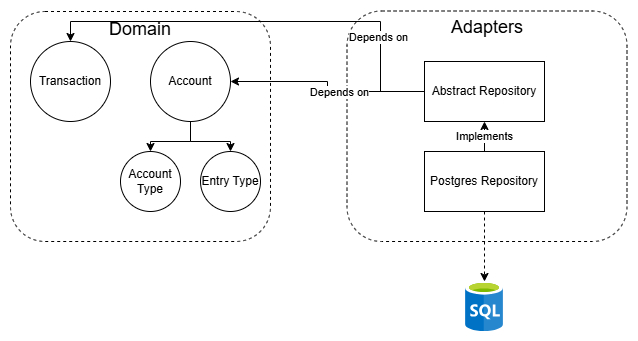
Above: docs/images/adapters_diagram.png in antjes88/accounting-ingest-webapp (draw.io), before the change. Source tidied: cells renumbered, new cells last; positions are measured from the earlier drawing's top-left corner, leaving out a move shared by most shapes.
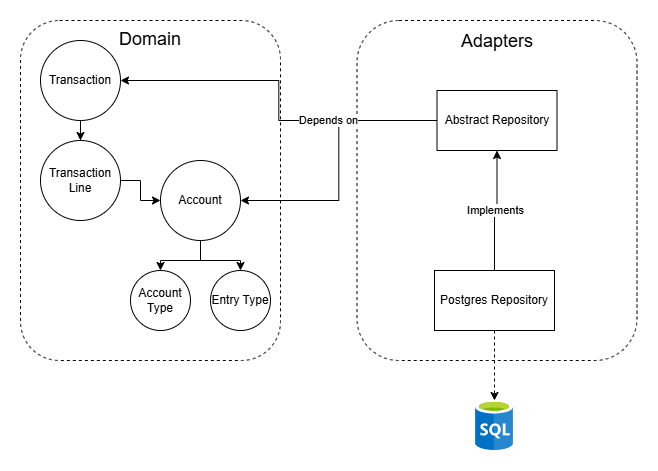
The same diagram one commit later.

The edit, as a diff of the source:
```diff
@@ -2,11 +2,11 @@
   <root>
     <mxCell id="0" />
     <mxCell id="1" parent="0" />
-    <mxCell id="2" value="&lt;font style=&quot;&quot;&gt;&lt;span style=&quot;font-size: 18px;&quot;&gt;Adapters&lt;/span&gt;&lt;br&gt;&lt;span style=&quot;font-size: 14px;&quot;&gt;&lt;br&gt;&lt;br&gt;&lt;br&gt;&lt;br&gt;&lt;/span&gt;&lt;br&gt;&lt;br&gt;&lt;br&gt;&lt;br&gt;&lt;br&gt;&lt;br&gt;&lt;br&gt;&lt;br&gt;&lt;br&gt;&lt;/font&gt;" style="rounded=1;whiteSpace=wrap;html=1;fillColor=none;shadow=0;dashed=1;" parent="1" vertex="1">
-      <mxGeometry x="336.5" y="-0.5" width="280" height="230.5" as="geometry" />
+    <mxCell id="2" value="&lt;font style=&quot;&quot;&gt;&lt;span style=&quot;font-size: 18px;&quot;&gt;Adapters&lt;/span&gt;&lt;br&gt;&lt;span style=&quot;font-size: 14px;&quot;&gt;&lt;br&gt;&lt;br&gt;&lt;br&gt;&lt;br&gt;&lt;br&gt;&lt;br&gt;&lt;br&gt;&lt;br&gt;&lt;br&gt;&lt;br&gt;&lt;/span&gt;&lt;br&gt;&lt;br&gt;&lt;br&gt;&lt;br&gt;&lt;br&gt;&lt;br&gt;&lt;br&gt;&lt;br&gt;&lt;br&gt;&lt;/font&gt;" style="rounded=1;whiteSpace=wrap;html=1;fillColor=none;shadow=0;dashed=1;" parent="1" vertex="1">
+      <mxGeometry x="336.5" y="-110" width="280" height="340" as="geometry" />
     </mxCell>
-    <mxCell id="3" value="&lt;font style=&quot;font-size: 18px;&quot;&gt;Domain&lt;br&gt;&lt;br&gt;&lt;br&gt;&lt;br&gt;&lt;br&gt;&lt;br&gt;&lt;br&gt;&lt;br&gt;&lt;br&gt;&lt;br&gt;&lt;/font&gt;" style="rounded=1;whiteSpace=wrap;html=1;fillColor=none;shadow=0;dashed=1;" parent="1" vertex="1">
-      <mxGeometry width="260" height="230" as="geometry" />
+    <mxCell id="3" value="&lt;font style=&quot;font-size: 18px;&quot;&gt;Domain&lt;br&gt;&lt;br&gt;&lt;br&gt;&lt;br&gt;&lt;br&gt;&lt;br&gt;&lt;br&gt;&lt;br&gt;&lt;br&gt;&lt;br&gt;&lt;br&gt;&lt;br&gt;&lt;br&gt;&lt;br&gt;&lt;br&gt;&lt;/font&gt;" style="rounded=1;whiteSpace=wrap;html=1;fillColor=none;shadow=0;dashed=1;" parent="1" vertex="1">
+      <mxGeometry y="-110" width="260" height="340" as="geometry" />
     </mxCell>
     <mxCell id="4" style="edgeStyle=orthogonalEdgeStyle;rounded=0;jettySize=auto;html=1;exitX=0.5;exitY=1;exitDx=0;exitDy=0;entryX=0.5;entryY=0;entryDx=0;entryDy=0;" parent="1" edge="1" source="6" target="7">
       <mxGeometry relative="1" as="geometry" />
@@ -23,29 +23,23 @@
     <mxCell id="8" value="Entry Type" style="ellipse;whiteSpace=wrap;html=1;" parent="1" vertex="1">
       <mxGeometry x="190" y="140" width="60" height="60" as="geometry" />
     </mxCell>
+    <mxCell id="19" style="edgeStyle=orthogonalEdgeStyle;rounded=0;jettySize=auto;html=1;exitX=0.5;exitY=1;exitDx=0;exitDy=0;" parent="1" edge="1" source="9" target="22">
+      <mxGeometry relative="1" as="geometry" />
+    </mxCell>
     <mxCell id="9" value="Transaction" style="ellipse;whiteSpace=wrap;html=1;" parent="1" vertex="1">
-      <mxGeometry x="20" y="30" width="80" height="80" as="geometry" />
+      <mxGeometry x="20" y="-90" width="80" height="80" as="geometry" />
     </mxCell>
     <mxCell id="10" style="edgeStyle=orthogonalEdgeStyle;rounded=0;jettySize=auto;html=1;exitX=0;exitY=0.5;exitDx=0;exitDy=0;entryX=1;entryY=0.5;entryDx=0;entryDy=0;" parent="1" edge="1" source="14" target="6">
       <mxGeometry relative="1" as="geometry" />
     </mxCell>
-    <mxCell id="11" value="Depends on" style="edgeLabel;html=1;align=center;verticalAlign=middle;" parent="10" vertex="1">
-      <mxGeometry x="-0.16" relative="1" as="geometry" />
-    </mxCell>
-    <mxCell id="12" style="edgeStyle=orthogonalEdgeStyle;rounded=0;jettySize=auto;html=1;exitX=0;exitY=0.5;exitDx=0;exitDy=0;entryX=0.5;entryY=0;entryDx=0;entryDy=0;" parent="1" edge="1" source="14" target="9">
-      <mxGeometry relative="1" as="geometry">
-        <Array as="points">
-          <mxPoint x="370" y="80" />
-          <mxPoint x="370" y="10" />
-          <mxPoint x="60" y="10" />
-        </Array>
-      </mxGeometry>
+    <mxCell id="12" style="edgeStyle=orthogonalEdgeStyle;rounded=0;jettySize=auto;html=1;exitX=0;exitY=0.5;exitDx=0;exitDy=0;" parent="1" edge="1" source="14" target="9">
+      <mxGeometry relative="1" as="geometry" />
     </mxCell>
-    <mxCell id="13" value="Depends on" style="edgeLabel;html=1;align=center;verticalAlign=middle;" parent="12" vertex="1">
-      <mxGeometry x="-0.55" y="3" relative="1" as="geometry" />
-    </mxCell>
+    <mxCell id="20" value="Depends on" style="edgeLabel;html=1;align=center;verticalAlign=middle;" parent="12" vertex="1">
+      <mxGeometry x="-0.39" y="-1" relative="1" as="geometry" />
+    </mxCell>
     <mxCell id="14" value="Abstract Repository" style="rounded=0;whiteSpace=wrap;html=1;" parent="1" vertex="1">
-      <mxGeometry x="414" y="50" width="120" height="60" as="geometry" />
+      <mxGeometry x="416.5" y="-40" width="120" height="60" as="geometry" />
     </mxCell>
     <mxCell id="15" style="edgeStyle=orthogonalEdgeStyle;rounded=0;jettySize=auto;html=1;exitX=0.5;exitY=1;exitDx=0;exitDy=0;dashed=1;" parent="1" edge="1" source="16" target="18">
       <mxGeometry relative="1" as="geometry" />
@@ -59,5 +53,11 @@
     <mxCell id="18" style="image;sketch=0;html=1;points=[];align=center;fontSize=12;image=img/lib/mscae/SQL_Database_generic.svg;" parent="1" vertex="1">
       <mxGeometry x="455" y="270" width="38" height="50" as="geometry" />
     </mxCell>
+    <mxCell id="21" style="edgeStyle=orthogonalEdgeStyle;rounded=0;jettySize=auto;html=1;exitX=1;exitY=0.5;exitDx=0;exitDy=0;entryX=0;entryY=0.5;entryDx=0;entryDy=0;" parent="1" edge="1" source="22" target="6">
+      <mxGeometry relative="1" as="geometry" />
+    </mxCell>
+    <mxCell id="22" value="Transaction&lt;div&gt;Line&lt;/div&gt;" style="ellipse;whiteSpace=wrap;html=1;" parent="1" vertex="1">
+      <mxGeometry x="20" y="10" width="80" height="80" as="geometry" />
+    </mxCell>
   </root>
 </mxGraphModel>
```
